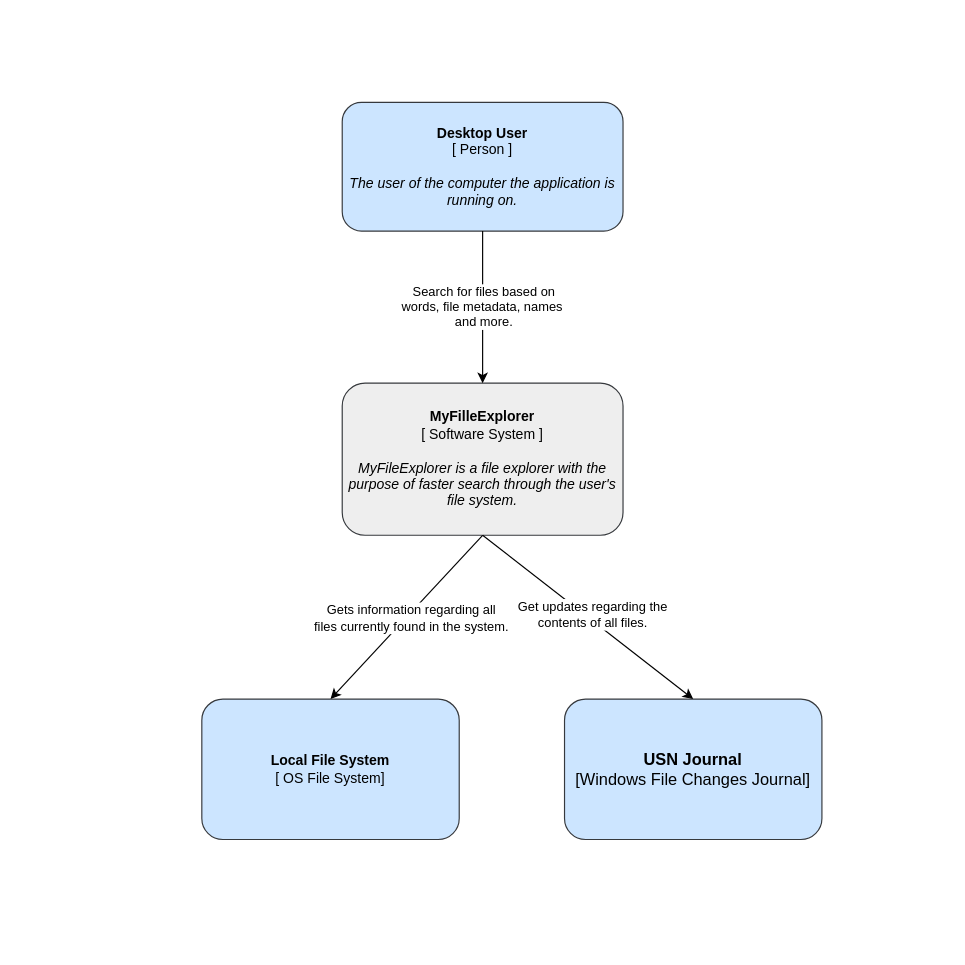
Before: docs/system_context.drawio in Raul072103/Search-Engine-File-System, a draw.io diagram. Source tidied: cells renumbered, new cells numbered last; positions are measured from the earlier drawing's top-left corner, leaving out a move shared by most shapes. Both pictures are drawn from the tidied source at 117%, with x=0, y=0 at pixel (201, 102).
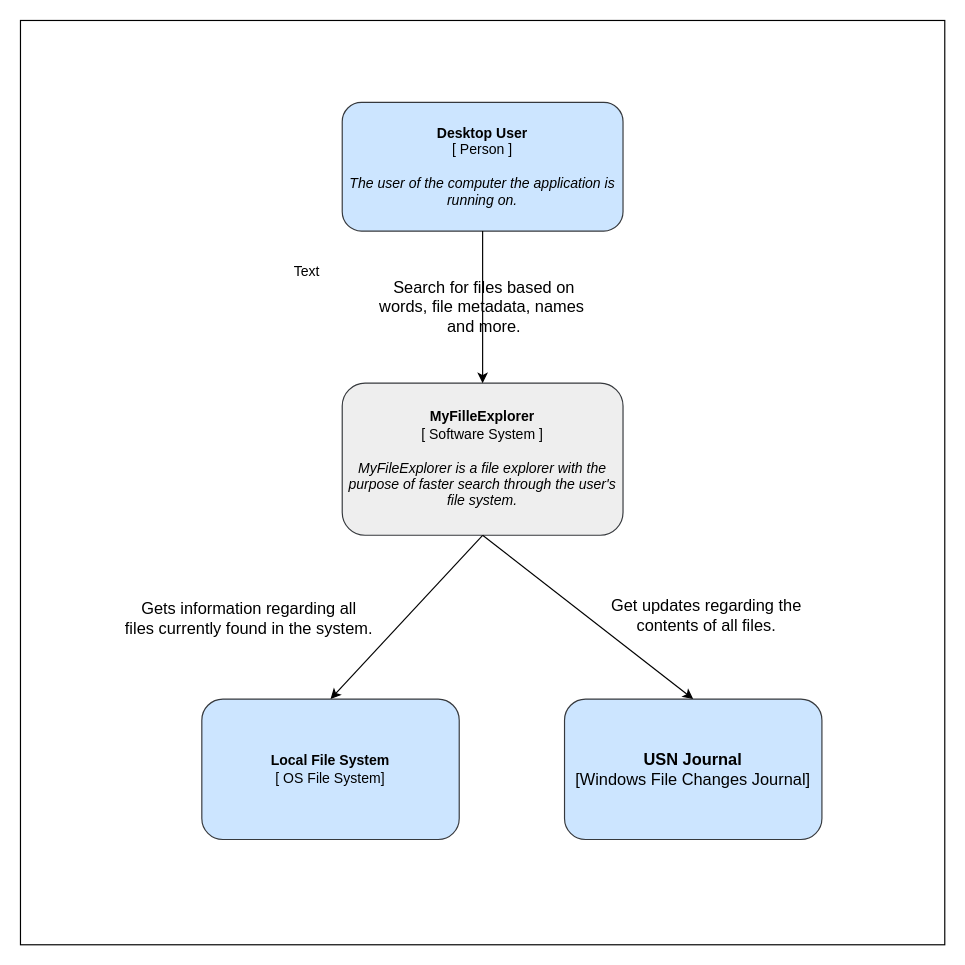
After the change.

Diff of the diagram source:
```diff
@@
 <mxGraphModel>
   <root>
     <mxCell id="0" />
     <mxCell id="1" parent="0" />
+    <mxCell id="12" style="whiteSpace=wrap;html=1;" parent="1" vertex="1">
+      <mxGeometry x="-155" y="-70" width="790" height="790" as="geometry" />
+    </mxCell>
     <mxCell id="2" value="&lt;b&gt;MyFilleExplorer&lt;/b&gt;&lt;div&gt;[ Software System ]&lt;/div&gt;&lt;div&gt;&lt;br&gt;&lt;/div&gt;&lt;div&gt;&lt;i&gt;MyFileExplorer is a file explorer with the purpose of faster search through the user's file system.&lt;/i&gt;&lt;/div&gt;" style="rounded=1;whiteSpace=wrap;html=1;fillColor=#eeeeee;strokeColor=#36393d;" parent="1" vertex="1">
       <mxGeometry x="120" y="240" width="240" height="130" as="geometry" />
     </mxCell>
     <mxCell id="3" value="&lt;b&gt;Desktop User&lt;br&gt;&lt;/b&gt;&lt;div&gt;[ Person ]&lt;/div&gt;&lt;div&gt;&lt;br&gt;&lt;/div&gt;&lt;div&gt;&lt;i&gt;The user of the computer the application is running on.&lt;/i&gt;&lt;/div&gt;" style="rounded=1;whiteSpace=wrap;html=1;fillColor=#cce5ff;strokeColor=#36393d;" parent="1" vertex="1">
       <mxGeometry x="120" width="240" height="110" as="geometry" />
     </mxCell>
     <mxCell id="4" style="endArrow=classic;html=1;rounded=0;exitX=0.5;exitY=1;exitDx=0;exitDy=0;entryX=0.5;entryY=0;entryDx=0;entryDy=0;" parent="1" edge="1" source="3" target="2">
       <mxGeometry relative="1" as="geometry" />
     </mxCell>
-    <mxCell id="5" value="Search for files based on&lt;div&gt;words, file metadata, names&amp;nbsp;&lt;/div&gt;&lt;div&gt;and more.&lt;/div&gt;" style="edgeLabel;html=1;align=center;verticalAlign=middle;" parent="4" vertex="1">
+    <mxCell id="5" value="Search for files based on&lt;div style=&quot;font-size: 14px;&quot;&gt;words, file metadata, names&amp;nbsp;&lt;/div&gt;&lt;div style=&quot;font-size: 14px;&quot;&gt;and more.&lt;/div&gt;" style="edgeLabel;html=1;align=center;verticalAlign=middle;fontSize=14;labelBackgroundColor=none;" parent="4" vertex="1">
       <mxGeometry x="-0.01" relative="1" as="geometry" />
     </mxCell>
     <mxCell id="6" value="&lt;b&gt;Local File System&lt;br&gt;&lt;/b&gt;&lt;div&gt;[ OS File System]&lt;/div&gt;" style="rounded=1;whiteSpace=wrap;html=1;fillColor=#cce5ff;strokeColor=#36393d;" parent="1" vertex="1">
       <mxGeometry y="510" width="220" height="120" as="geometry" />
     </mxCell>
     <mxCell id="7" style="endArrow=classic;html=1;rounded=0;exitX=0.5;exitY=1;exitDx=0;exitDy=0;entryX=0.5;entryY=0;entryDx=0;entryDy=0;" parent="1" edge="1" source="2" target="6">
       <mxGeometry relative="1" as="geometry" />
     </mxCell>
-    <mxCell id="8" value="Gets information regarding all&lt;div&gt;files currently found in the system.&lt;/div&gt;" style="edgeLabel;html=1;align=center;verticalAlign=middle;" parent="7" vertex="1">
-      <mxGeometry x="-0.02" y="3" relative="1" as="geometry" />
+    <mxCell id="8" value="Gets information regarding all&lt;div style=&quot;font-size: 14px;&quot;&gt;files currently found in the system.&lt;/div&gt;" style="edgeLabel;html=1;align=center;verticalAlign=middle;labelBackgroundColor=none;fontSize=14;" parent="7" vertex="1">
+      <mxGeometry x="-0.02" y="3" relative="1" as="geometry">
+        <mxPoint x="-139" as="offset" />
+      </mxGeometry>
     </mxCell>
     <mxCell id="9" value="&lt;span style=&quot;font-size: 14px; background-color: initial;&quot;&gt;&lt;b&gt;USN Journal&lt;br&gt;&lt;/b&gt;[Windows File Changes Journal]&lt;/span&gt;" style="rounded=1;whiteSpace=wrap;html=1;fillColor=#cce5ff;strokeColor=#36393d;" parent="1" vertex="1">
       <mxGeometry x="310" y="510" width="220" height="120" as="geometry" />
     </mxCell>
     <mxCell id="10" style="endArrow=classic;html=1;rounded=0;exitX=0.5;exitY=1;exitDx=0;exitDy=0;entryX=0.5;entryY=0;entryDx=0;entryDy=0;" parent="1" edge="1" source="2" target="9">
       <mxGeometry relative="1" as="geometry" />
     </mxCell>
-    <mxCell id="11" value="Get updates regarding the&lt;br&gt;contents of all files." style="edgeLabel;html=1;align=center;verticalAlign=middle;" parent="10" vertex="1">
+    <mxCell id="11" value="Get updates regarding the&lt;br style=&quot;font-size: 14px;&quot;&gt;contents of all files." style="edgeLabel;html=1;align=center;verticalAlign=middle;labelBackgroundColor=none;fontSize=14;" parent="10" vertex="1">
       <mxGeometry x="0.02" y="3" relative="1" as="geometry">
-        <mxPoint y="-1" as="offset" />
+        <mxPoint x="97" y="-1" as="offset" />
       </mxGeometry>
     </mxCell>
+    <mxCell id="13" value="Text" style="text;html=1;strokeColor=none;fillColor=none;align=center;verticalAlign=middle;whiteSpace=wrap;rounded=0;" parent="1" vertex="1">
+      <mxGeometry x="60" y="130" width="60" height="30" as="geometry" />
+    </mxCell>
   </root>
 </mxGraphModel>
```
